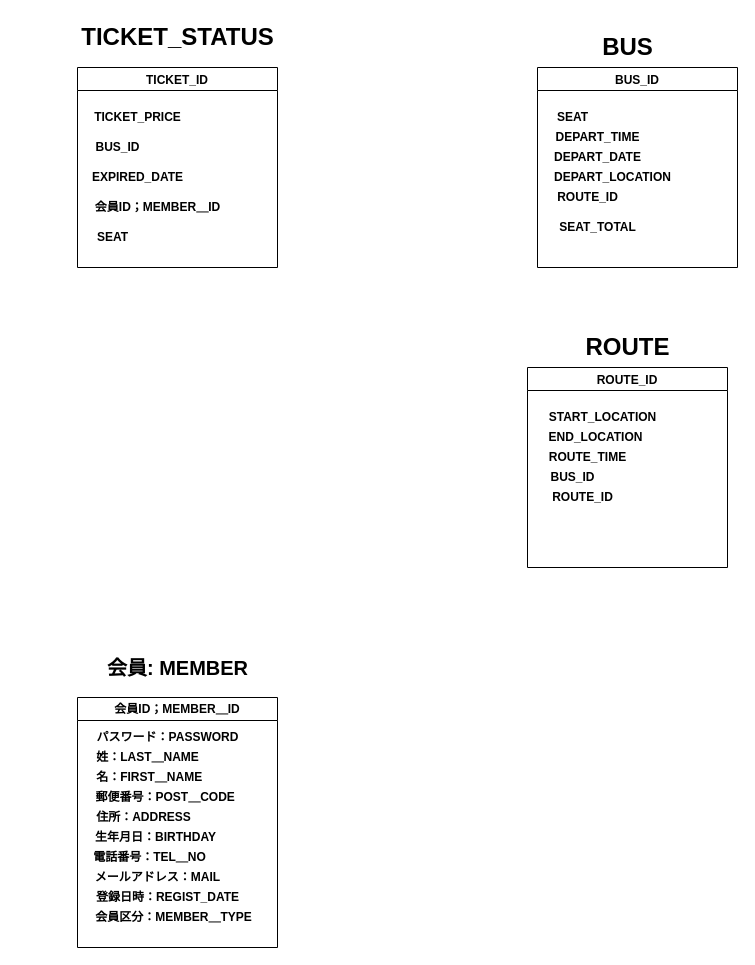
Before: Untitled Diagram.drawio in AnhTuan-Nguyen99/ERMap, a draw.io diagram. Source tidied: cells renumbered, new cells numbered last; positions are measured from the earlier drawing's top-left corner, leaving out a move shared by most shapes. Both pictures are drawn from the tidied source at 100%, with x=0, y=0 at pixel (17, 17).
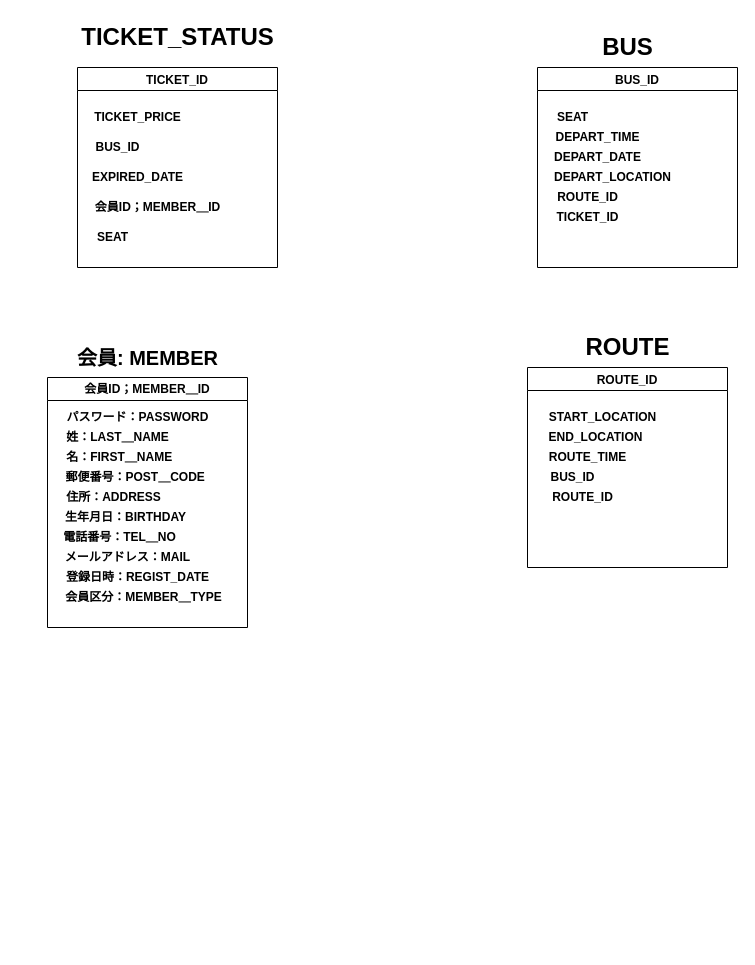
After the change.

Unchanged cells that the change refers to:
```xml
<mxCell id="21" value="BUS_ID" style="swimlane;" parent="1" vertex="1">
  <mxGeometry x="520" y="50" width="200" height="200" as="geometry" />
</mxCell>
```

The edit, as a diff of the source:
```diff
@@
     <mxCell id="2" value="会員ID；MEMBER＿ID" style="swimlane;whiteSpace=wrap;html=1;" parent="1" vertex="1">
-      <mxGeometry x="60" y="680" width="200" height="250" as="geometry" />
+      <mxGeometry x="30" y="360" width="200" height="250" as="geometry" />
     </mxCell>
@@
     <mxCell id="13" value="会員: MEMBER" style="text;strokeColor=none;fillColor=none;html=1;fontSize=20;fontStyle=1;verticalAlign=middle;align=center;" parent="1" vertex="1">
-      <mxGeometry x="60" y="630" width="200" height="40" as="geometry" />
+      <mxGeometry x="30" y="320" width="200" height="40" as="geometry" />
     </mxCell>
@@
-    <mxCell id="27" value="SEAT_TOTAL" style="text;strokeColor=none;fillColor=none;html=1;fontSize=12;fontStyle=1;verticalAlign=middle;align=center;" parent="21" vertex="1">
-      <mxGeometry x="-35" y="150" width="190" height="20" as="geometry" />
+    <mxCell id="27" value="TICKET_ID" style="text;strokeColor=none;fillColor=none;html=1;fontSize=12;fontStyle=1;verticalAlign=middle;align=center;" parent="21" vertex="1">
+      <mxGeometry x="-45" y="140" width="190" height="20" as="geometry" />
     </mxCell>
```
